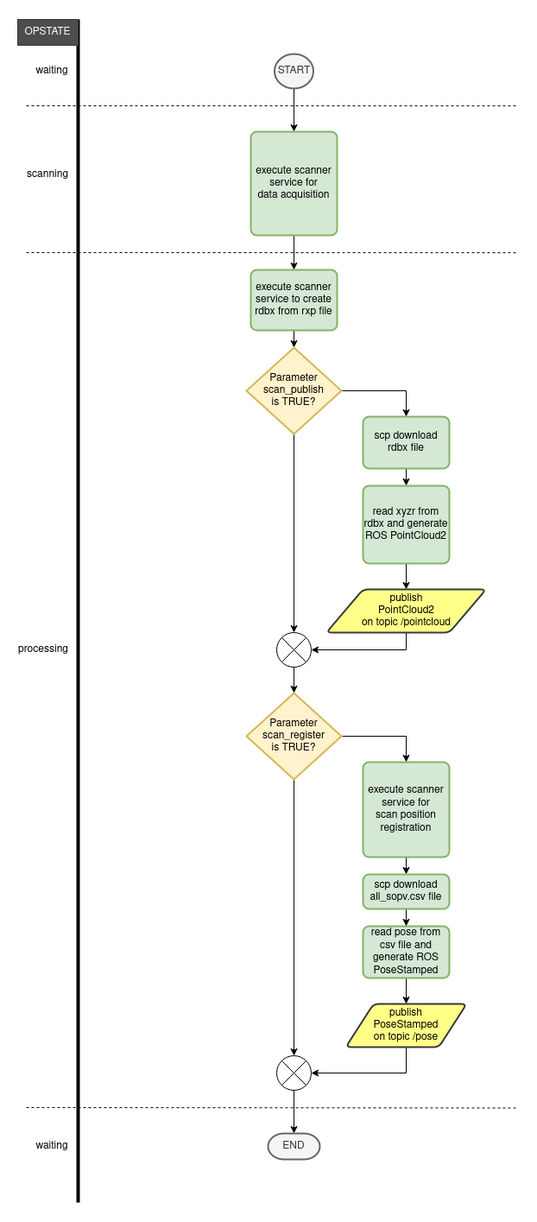
Above: riegl_vz/img/scan.png in riegllms/ros-riegl-vz (draw.io), before the change. Source tidied: cells renumbered, new cells last; positions are measured from the earlier drawing's top-left corner, leaving out a move shared by most shapes.
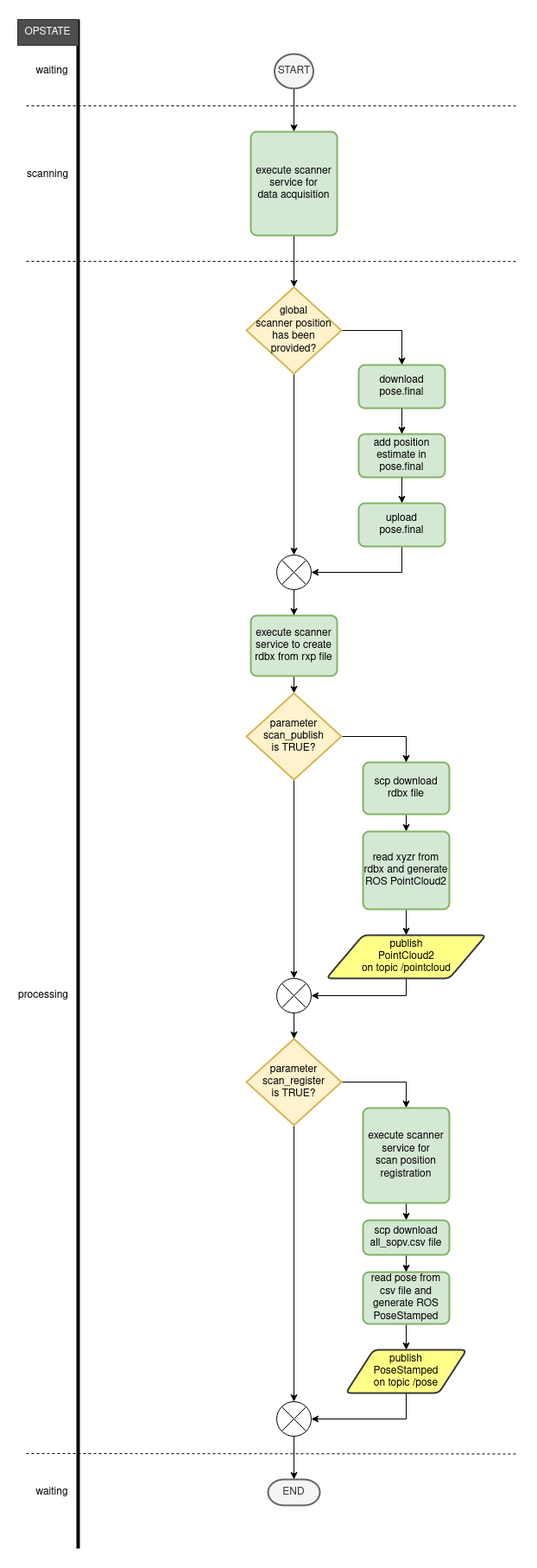
After the commit.

Diff of the diagram source:
```diff
@@ -5,23 +5,22 @@
     <mxCell id="2" style="edgeStyle=orthogonalEdgeStyle;rounded=0;jettySize=auto;html=1;exitX=0.5;exitY=1;exitDx=0;exitDy=0;exitPerimeter=0;entryX=0.5;entryY=0;entryDx=0;entryDy=0;" parent="1" edge="1" source="37" target="4">
       <mxGeometry relative="1" as="geometry" />
     </mxCell>
-    <mxCell id="3" style="edgeStyle=orthogonalEdgeStyle;rounded=0;jettySize=auto;html=1;exitX=0.5;exitY=1;exitDx=0;exitDy=0;entryX=0.5;entryY=0;entryDx=0;entryDy=0;" parent="1" edge="1" source="4" target="9">
+    <mxCell id="3" style="edgeStyle=orthogonalEdgeStyle;rounded=0;jettySize=auto;html=1;exitX=0.5;exitY=1;exitDx=0;exitDy=0;entryX=0.5;entryY=0;entryDx=0;entryDy=0;entryPerimeter=0;" parent="1" edge="1" source="4" target="45">
       <mxGeometry relative="1" as="geometry" />
     </mxCell>
     <mxCell id="4" value="&lt;div&gt;execute scanner service for &lt;br&gt;&lt;/div&gt;&lt;div&gt;data acquisition&lt;/div&gt;" style="rounded=1;whiteSpace=wrap;html=1;absoluteArcSize=1;arcSize=14;strokeWidth=2;fillColor=#d5e8d4;strokeColor=#82b366;" parent="1" vertex="1">
-      <mxGeometry x="270" y="130" width="100" height="120" as="geometry" />
+      <mxGeometry x="270" y="-270" width="100" height="120" as="geometry" />
     </mxCell>
-    <mxCell id="5" style="endArrow=none;html=1;strokeWidth=4;" parent="1" edge="1">
+    <mxCell id="5" style="endArrow=none;html=1;strokeWidth=4;entryX=1;entryY=0;entryDx=0;entryDy=0;" parent="1" edge="1" target="41">
       <mxGeometry relative="1" as="geometry">
         <mxPoint x="70" y="1370" as="sourcePoint" />
-        <mxPoint x="70" as="targetPoint" />
       </mxGeometry>
     </mxCell>
     <mxCell id="6" value="waiting" style="text;html=1;strokeColor=none;fillColor=none;align=center;verticalAlign=middle;whiteSpace=wrap;rounded=0;" parent="1" vertex="1">
-      <mxGeometry x="20" y="50" width="40" height="20" as="geometry" />
+      <mxGeometry x="20" y="-350" width="40" height="20" as="geometry" />
     </mxCell>
     <mxCell id="7" value="scanning" style="text;html=1;strokeColor=none;fillColor=none;align=center;verticalAlign=middle;whiteSpace=wrap;rounded=0;" parent="1" vertex="1">
-      <mxGeometry x="10" y="170" width="50" height="20" as="geometry" />
+      <mxGeometry x="10" y="-230" width="50" height="20" as="geometry" />
     </mxCell>
     <mxCell id="8" style="edgeStyle=orthogonalEdgeStyle;rounded=0;jettySize=auto;html=1;exitX=0.5;exitY=1;exitDx=0;exitDy=0;entryX=0.5;entryY=0;entryDx=0;entryDy=0;entryPerimeter=0;" parent="1" edge="1" source="9" target="14">
       <mxGeometry relative="1" as="geometry" />
@@ -41,7 +40,7 @@
     <mxCell id="13" style="edgeStyle=orthogonalEdgeStyle;rounded=0;jettySize=auto;html=1;exitX=0.5;exitY=1;exitDx=0;exitDy=0;exitPerimeter=0;" parent="1" edge="1" source="14" target="32">
       <mxGeometry relative="1" as="geometry" />
     </mxCell>
-    <mxCell id="14" value="&lt;div&gt;Parameter&lt;/div&gt;&lt;div&gt;scan_publish&lt;/div&gt;&lt;div&gt;is TRUE?&lt;br&gt;&lt;/div&gt;" style="strokeWidth=2;html=1;shape=mxgraph.flowchart.decision;whiteSpace=wrap;fillColor=#fff2cc;strokeColor=#d6b656;" parent="1" vertex="1">
+    <mxCell id="14" value="&lt;div&gt;parameter&lt;/div&gt;&lt;div&gt;scan_publish&lt;/div&gt;&lt;div&gt;is TRUE?&lt;br&gt;&lt;/div&gt;" style="strokeWidth=2;html=1;shape=mxgraph.flowchart.decision;whiteSpace=wrap;fillColor=#fff2cc;strokeColor=#d6b656;" parent="1" vertex="1">
       <mxGeometry x="265" y="380" width="110" height="100" as="geometry" />
     </mxCell>
     <mxCell id="15" style="edgeStyle=orthogonalEdgeStyle;rounded=0;jettySize=auto;html=1;exitX=0.5;exitY=1;exitDx=0;exitDy=0;entryX=0.5;entryY=0;entryDx=0;entryDy=0;" parent="1" edge="1" source="16" target="39">
@@ -60,8 +59,8 @@
     </mxCell>
     <mxCell id="18" style="endArrow=none;dashed=1;html=1;" parent="1" edge="1">
       <mxGeometry relative="1" as="geometry">
-        <mxPoint x="10" y="270" as="sourcePoint" />
-        <mxPoint x="580" y="270.1" as="targetPoint" />
+        <mxPoint x="10" y="-120" as="sourcePoint" />
+        <mxPoint x="580" y="-119.9" as="targetPoint" />
       </mxGeometry>
     </mxCell>
     <mxCell id="19" value="processing" style="text;html=1;strokeColor=none;fillColor=none;align=center;verticalAlign=middle;whiteSpace=wrap;rounded=0;" parent="1" vertex="1">
@@ -73,7 +72,7 @@
     <mxCell id="21" style="edgeStyle=orthogonalEdgeStyle;rounded=0;jettySize=auto;html=1;exitX=0.5;exitY=1;exitDx=0;exitDy=0;exitPerimeter=0;entryX=0.5;entryY=0;entryDx=0;entryDy=0;entryPerimeter=0;" parent="1" edge="1" source="22" target="34">
       <mxGeometry relative="1" as="geometry" />
     </mxCell>
-    <mxCell id="22" value="&lt;div&gt;Parameter&lt;/div&gt;&lt;div&gt;scan_register&lt;/div&gt;&lt;div&gt;is TRUE?&lt;br&gt;&lt;/div&gt;" style="strokeWidth=2;html=1;shape=mxgraph.flowchart.decision;whiteSpace=wrap;fillColor=#fff2cc;strokeColor=#d6b656;" parent="1" vertex="1">
+    <mxCell id="22" value="&lt;div&gt;parameter&lt;/div&gt;&lt;div&gt;scan_register&lt;/div&gt;&lt;div&gt;is TRUE?&lt;br&gt;&lt;/div&gt;" style="strokeWidth=2;html=1;shape=mxgraph.flowchart.decision;whiteSpace=wrap;fillColor=#fff2cc;strokeColor=#d6b656;" parent="1" vertex="1">
       <mxGeometry x="265" y="780" width="110" height="100" as="geometry" />
     </mxCell>
     <mxCell id="23" style="edgeStyle=orthogonalEdgeStyle;rounded=0;jettySize=auto;html=1;exitX=0.5;exitY=1;exitDx=0;exitDy=0;entryX=0.5;entryY=0;entryDx=0;entryDy=0;" parent="1" edge="1" source="24" target="29">
@@ -122,12 +121,12 @@
       <mxGeometry x="290" y="1290" width="60" height="30" as="geometry" />
     </mxCell>
     <mxCell id="37" value="START" style="strokeWidth=2;html=1;shape=mxgraph.flowchart.start_2;whiteSpace=wrap;fillColor=#f5f5f5;strokeColor=#666666;fontColor=#333333;" parent="1" vertex="1">
-      <mxGeometry x="297.5" y="40" width="45" height="40" as="geometry" />
+      <mxGeometry x="297.5" y="-360" width="45" height="40" as="geometry" />
     </mxCell>
     <mxCell id="38" style="endArrow=none;dashed=1;html=1;" parent="1" edge="1">
       <mxGeometry relative="1" as="geometry">
-        <mxPoint x="10" y="100" as="sourcePoint" />
-        <mxPoint x="580" y="100.1" as="targetPoint" />
+        <mxPoint x="10" y="-300" as="sourcePoint" />
+        <mxPoint x="580" y="-299.9" as="targetPoint" />
       </mxGeometry>
     </mxCell>
     <mxCell id="39" value="&lt;div&gt;publish&lt;/div&gt;&lt;div&gt;PointCloud2&lt;/div&gt;&lt;div&gt;on topic /pointcloud&lt;br&gt;&lt;/div&gt;" style="shape=parallelogram;html=1;strokeWidth=2;perimeter=parallelogramPerimeter;whiteSpace=wrap;rounded=1;arcSize=12;size=0.23;fillColor=#ffff88;strokeColor=#36393d;" parent="1" vertex="1">
@@ -137,7 +136,50 @@
       <mxGeometry x="380" y="1140" width="140" height="50" as="geometry" />
     </mxCell>
     <mxCell id="41" value="OPSTATE" style="rounded=0;whiteSpace=wrap;html=1;strokeColor=#36393d;fillColor=#4D4D4D;fontColor=#FFFFFF;" parent="1" vertex="1">
-      <mxGeometry width="70" height="30" as="geometry" />
+      <mxGeometry y="-400" width="70" height="30" as="geometry" />
     </mxCell>
+    <mxCell id="42" value="add position estimate in pose.final" style="rounded=1;whiteSpace=wrap;html=1;absoluteArcSize=1;arcSize=14;strokeWidth=2;fillColor=#d5e8d4;strokeColor=#82b366;" parent="1" vertex="1">
+      <mxGeometry x="395" y="80" width="100" height="50" as="geometry" />
+    </mxCell>
+    <mxCell id="43" style="edgeStyle=orthogonalEdgeStyle;rounded=0;jettySize=auto;html=1;exitX=1;exitY=0.5;exitDx=0;exitDy=0;exitPerimeter=0;entryX=0.5;entryY=0;entryDx=0;entryDy=0;" parent="1" edge="1" source="45" target="49">
+      <mxGeometry relative="1" as="geometry" />
+    </mxCell>
+    <mxCell id="44" style="edgeStyle=orthogonalEdgeStyle;rounded=0;jettySize=auto;html=1;exitX=0.5;exitY=1;exitDx=0;exitDy=0;exitPerimeter=0;" parent="1" edge="1" source="45" target="47">
+      <mxGeometry relative="1" as="geometry" />
+    </mxCell>
+    <mxCell id="45" value="&lt;div&gt;global &lt;br&gt;&lt;/div&gt;&lt;div&gt;scanner position has been&lt;/div&gt;&lt;div&gt;provided?&lt;/div&gt;" style="strokeWidth=2;html=1;shape=mxgraph.flowchart.decision;whiteSpace=wrap;fillColor=#fff2cc;strokeColor=#d6b656;" parent="1" vertex="1">
+      <mxGeometry x="265" y="-90" width="110" height="100" as="geometry" />
+    </mxCell>
+    <mxCell id="46" style="edgeStyle=orthogonalEdgeStyle;rounded=0;jettySize=auto;html=1;exitX=0.5;exitY=1;exitDx=0;exitDy=0;entryX=1;entryY=0.5;entryDx=0;entryDy=0;entryPerimeter=0;" parent="1" edge="1" source="50" target="47">
+      <mxGeometry relative="1" as="geometry">
+        <Array as="points">
+          <mxPoint x="445" y="240" />
+        </Array>
+      </mxGeometry>
+    </mxCell>
+    <mxCell id="47" style="verticalLabelPosition=bottom;verticalAlign=top;html=1;shape=mxgraph.flowchart.or;" parent="1" vertex="1">
+      <mxGeometry x="300" y="220" width="40" height="40" as="geometry" />
+    </mxCell>
+    <mxCell id="48" style="edgeStyle=orthogonalEdgeStyle;rounded=0;jettySize=auto;html=1;exitX=0.5;exitY=1;exitDx=0;exitDy=0;exitPerimeter=0;" parent="1" edge="1" source="47">
+      <mxGeometry relative="1" as="geometry">
+        <mxPoint x="320" y="290" as="targetPoint" />
+      </mxGeometry>
+    </mxCell>
+    <mxCell id="49" value="&lt;div&gt;download&lt;/div&gt;&lt;div&gt;pose.final&lt;br&gt;&lt;/div&gt;" style="rounded=1;whiteSpace=wrap;html=1;absoluteArcSize=1;arcSize=14;strokeWidth=2;fillColor=#d5e8d4;strokeColor=#82b366;" parent="1" vertex="1">
+      <mxGeometry x="395" width="100" height="50" as="geometry" />
+    </mxCell>
+    <mxCell id="50" value="&lt;div&gt;upload&lt;/div&gt;&lt;div&gt;pose.final&lt;br&gt;&lt;/div&gt;" style="rounded=1;whiteSpace=wrap;html=1;absoluteArcSize=1;arcSize=14;strokeWidth=2;fillColor=#d5e8d4;strokeColor=#82b366;" parent="1" vertex="1">
+      <mxGeometry x="395" y="160" width="100" height="50" as="geometry" />
+    </mxCell>
+    <mxCell id="51" style="edgeStyle=orthogonalEdgeStyle;rounded=0;jettySize=auto;html=1;exitX=0.5;exitY=1;exitDx=0;exitDy=0;" parent="1" edge="1" source="49">
+      <mxGeometry relative="1" as="geometry">
+        <mxPoint x="445" y="80" as="targetPoint" />
+      </mxGeometry>
+    </mxCell>
+    <mxCell id="52" style="edgeStyle=orthogonalEdgeStyle;rounded=0;jettySize=auto;html=1;exitX=0.5;exitY=1;exitDx=0;exitDy=0;" parent="1" edge="1" source="42">
+      <mxGeometry relative="1" as="geometry">
+        <mxPoint x="445" y="160" as="targetPoint" />
+      </mxGeometry>
+    </mxCell>
   </root>
 </mxGraphModel>
```
